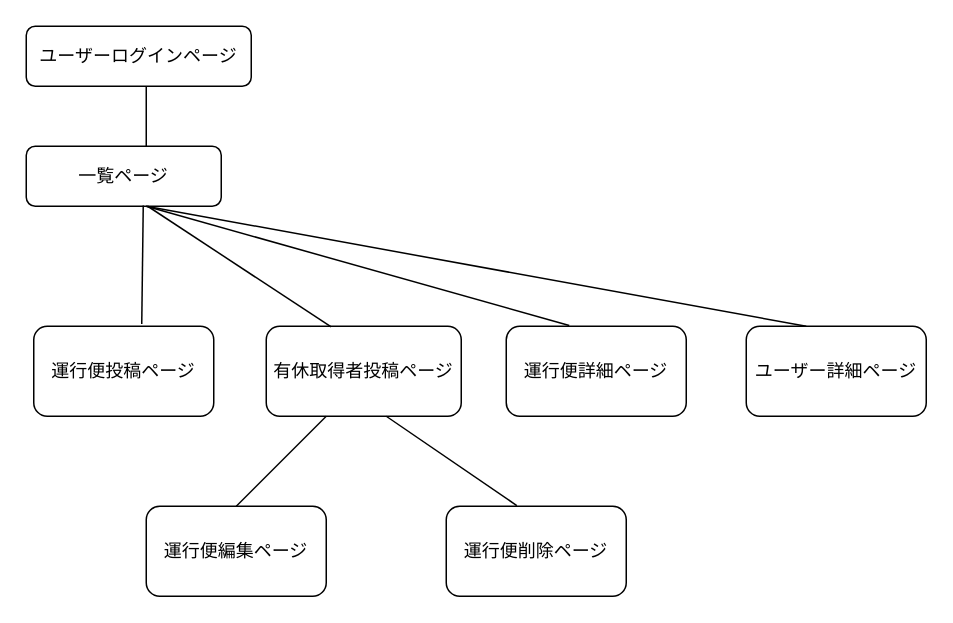
Earlier version of the draw.io diagram gamenseni.dio (Newriver758/Share-suke-41029). Source tidied: cells renumbered, new cells numbered last; positions are measured from the earlier drawing's top-left corner, leaving out a move shared by most shapes. Both pictures are drawn from the tidied source at 150%, with x=0, y=0 at pixel (26, 26).
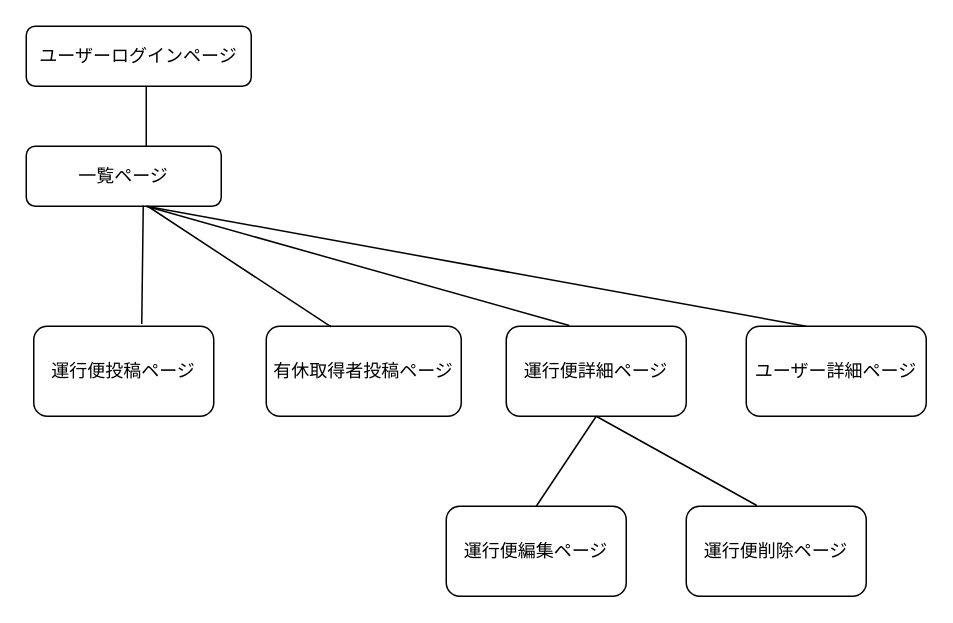
The same page after the edit.

Unchanged cells that the change refers to:
```xml
<mxCell id="4" value="運行便詳細ページ" style="rounded=1;whiteSpace=wrap;html=1;" parent="1" vertex="1">
  <mxGeometry x="320" y="200" width="120" height="60" as="geometry" />
</mxCell>
```

Change to the diagram source:
```diff
@@
     <mxCell id="5" value="運行便編集ページ" style="rounded=1;whiteSpace=wrap;html=1;" parent="1" vertex="1">
-      <mxGeometry x="80" y="320" width="120" height="60" as="geometry" />
+      <mxGeometry x="280" y="320" width="120" height="60" as="geometry" />
     </mxCell>
@@
     <mxCell id="9" value="運行便削除ページ" style="rounded=1;whiteSpace=wrap;html=1;" parent="1" vertex="1">
-      <mxGeometry x="280" y="320" width="120" height="60" as="geometry" />
+      <mxGeometry x="440" y="320" width="120" height="60" as="geometry" />
     </mxCell>
-    <mxCell id="10" style="endArrow=none;html=1;exitX=0.5;exitY=0;exitDx=0;exitDy=0;" parent="1" edge="1" source="5">
-      <mxGeometry relative="1" as="geometry">
-        <mxPoint x="200" y="260" as="targetPoint" />
-      </mxGeometry>
+    <mxCell id="10" style="endArrow=none;html=1;exitX=0.5;exitY=0;exitDx=0;exitDy=0;entryX=0.5;entryY=1;entryDx=0;entryDy=0;" parent="1" edge="1" source="5" target="4">
+      <mxGeometry relative="1" as="geometry" />
     </mxCell>
-    <mxCell id="11" style="endArrow=none;html=1;exitX=0.392;exitY=-0.008;exitDx=0;exitDy=0;exitPerimeter=0;" parent="1" edge="1" source="9">
-      <mxGeometry relative="1" as="geometry">
-        <mxPoint x="240" y="260" as="targetPoint" />
-      </mxGeometry>
+    <mxCell id="11" style="endArrow=none;html=1;exitX=0.392;exitY=-0.008;exitDx=0;exitDy=0;exitPerimeter=0;entryX=0.5;entryY=1;entryDx=0;entryDy=0;" parent="1" edge="1" source="9" target="4">
+      <mxGeometry relative="1" as="geometry" />
     </mxCell>
```
